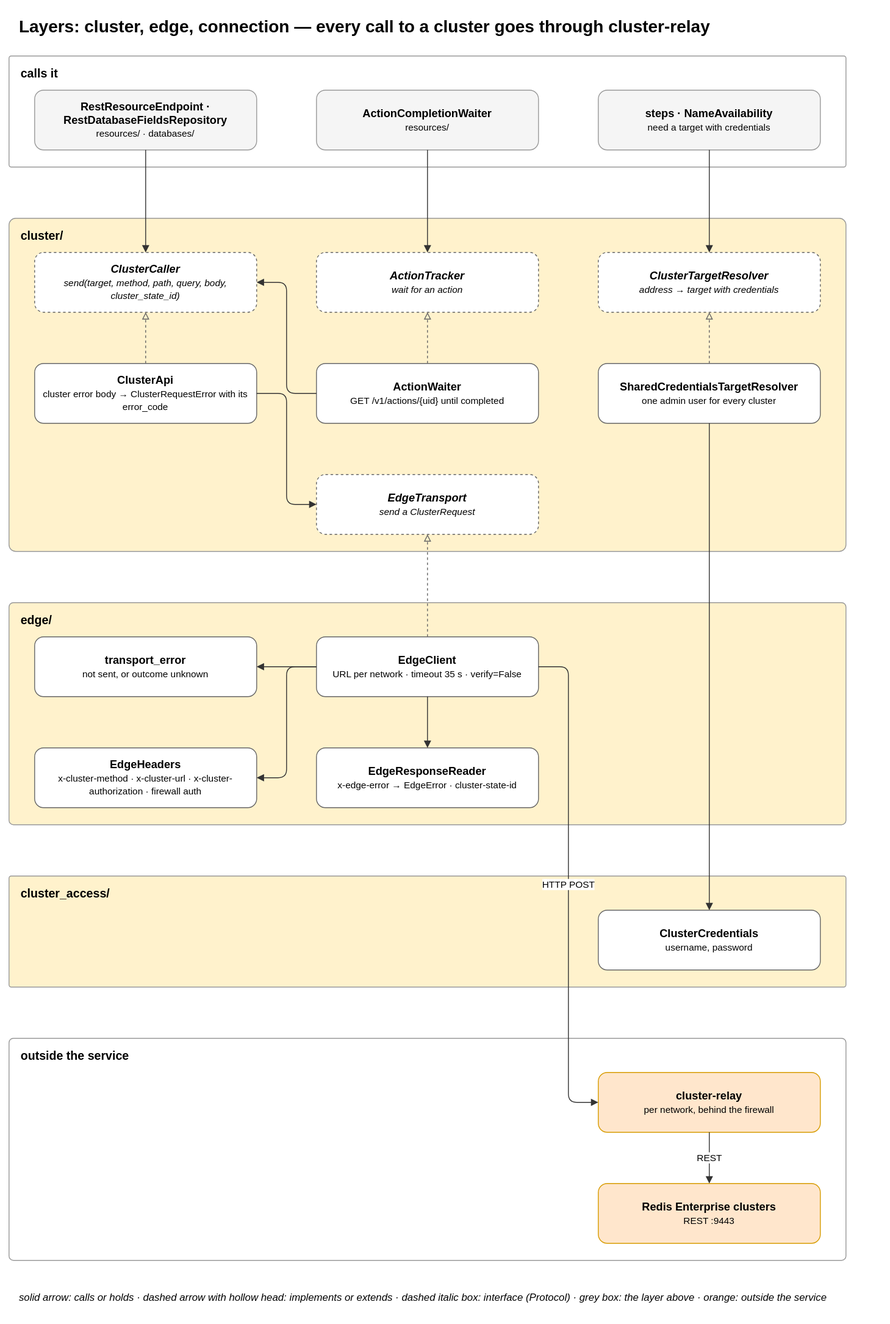
Earlier version of the draw.io export docs/diagrams/08-layer-transport.drawio.svg (EliShteinman/redis-enterprise-services). Source tidied: cells renumbered, new cells last; positions are measured from the earlier drawing's top-left corner, leaving out a move shared by most shapes.
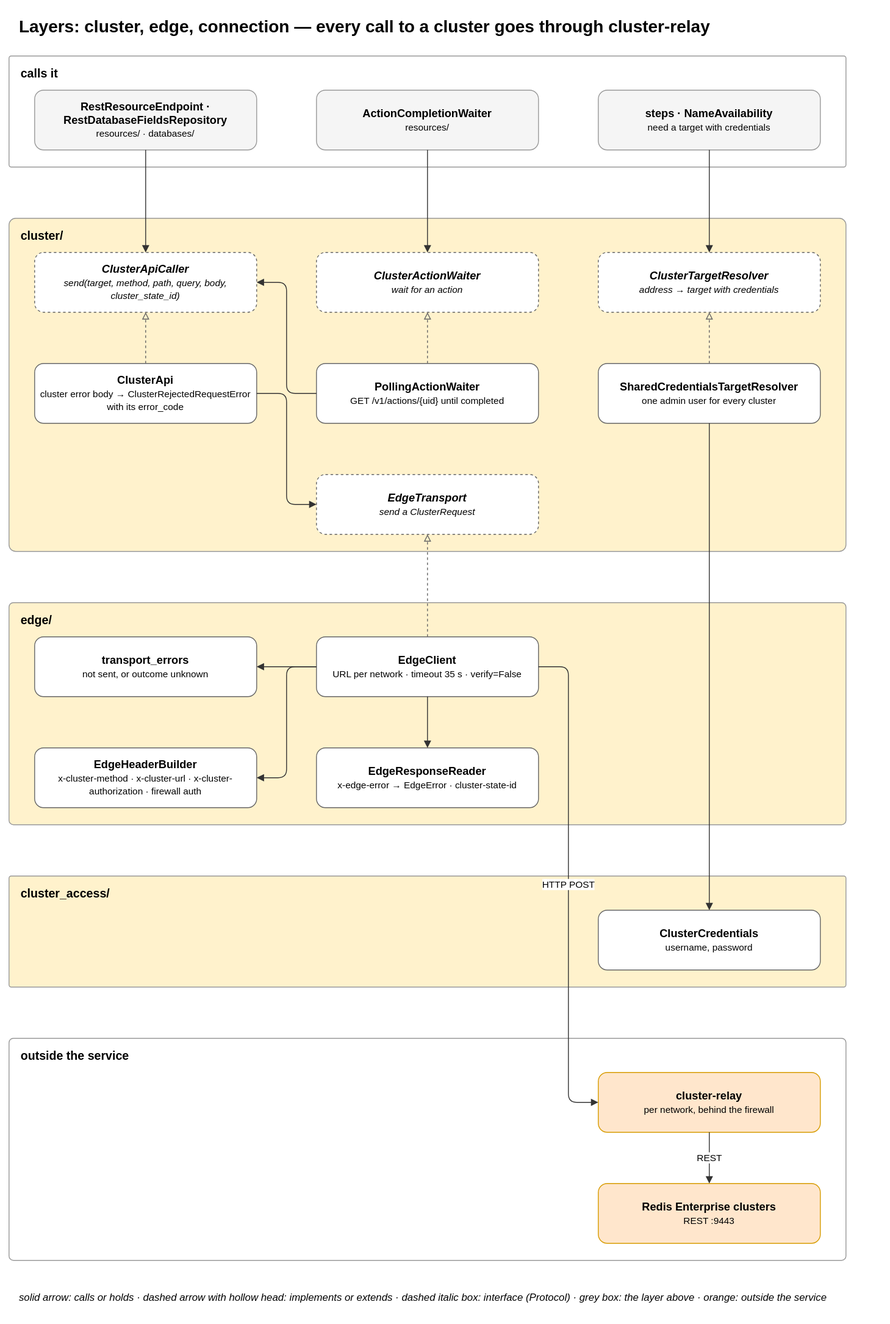
Later version of the same file.

What changed in the source:
```diff
@@ -20,19 +20,19 @@
     <mxCell id="7" value="&lt;b&gt;cluster/&lt;/b&gt;" style="rounded=1;arcSize=2;fillColor=#fff2cc;strokeColor=#999999;verticalAlign=top;align=left;spacingLeft=12;spacingTop=6;html=1;fontSize=14;" parent="1" vertex="1">
       <mxGeometry y="245" width="980" height="390" as="geometry" />
     </mxCell>
-    <mxCell id="8" value="&lt;b&gt;ClusterCaller&lt;/b&gt;&lt;br&gt;&lt;font style='font-size:11px'&gt;send(target, method, path, query, body, cluster_state_id)&lt;/font&gt;" style="rounded=1;whiteSpace=wrap;html=1;fillColor=#ffffff;strokeColor=#666666;fontSize=13;dashed=1;fontStyle=2;" parent="1" vertex="1">
+    <mxCell id="8" value="&lt;b&gt;ClusterApiCaller&lt;/b&gt;&lt;br&gt;&lt;font style='font-size:11px'&gt;send(target, method, path, query, body, cluster_state_id)&lt;/font&gt;" style="rounded=1;whiteSpace=wrap;html=1;fillColor=#ffffff;strokeColor=#666666;fontSize=13;dashed=1;fontStyle=2;" parent="1" vertex="1">
       <mxGeometry x="30" y="285" width="260" height="70" as="geometry" />
     </mxCell>
-    <mxCell id="9" value="&lt;b&gt;ActionTracker&lt;/b&gt;&lt;br&gt;&lt;font style='font-size:11px'&gt;wait for an action&lt;/font&gt;" style="rounded=1;whiteSpace=wrap;html=1;fillColor=#ffffff;strokeColor=#666666;fontSize=13;dashed=1;fontStyle=2;" parent="1" vertex="1">
+    <mxCell id="9" value="&lt;b&gt;ClusterActionWaiter&lt;/b&gt;&lt;br&gt;&lt;font style='font-size:11px'&gt;wait for an action&lt;/font&gt;" style="rounded=1;whiteSpace=wrap;html=1;fillColor=#ffffff;strokeColor=#666666;fontSize=13;dashed=1;fontStyle=2;" parent="1" vertex="1">
       <mxGeometry x="360" y="285" width="260" height="70" as="geometry" />
     </mxCell>
     <mxCell id="10" value="&lt;b&gt;ClusterTargetResolver&lt;/b&gt;&lt;br&gt;&lt;font style='font-size:11px'&gt;address → target with credentials&lt;/font&gt;" style="rounded=1;whiteSpace=wrap;html=1;fillColor=#ffffff;strokeColor=#666666;fontSize=13;dashed=1;fontStyle=2;" parent="1" vertex="1">
       <mxGeometry x="690" y="285" width="260" height="70" as="geometry" />
     </mxCell>
-    <mxCell id="11" value="&lt;b&gt;ClusterApi&lt;/b&gt;&lt;br&gt;&lt;font style='font-size:11px'&gt;cluster error body → ClusterRequestError with its error_code&lt;/font&gt;" style="rounded=1;whiteSpace=wrap;html=1;fillColor=#ffffff;strokeColor=#666666;fontSize=13;" parent="1" vertex="1">
+    <mxCell id="11" value="&lt;b&gt;ClusterApi&lt;/b&gt;&lt;br&gt;&lt;font style='font-size:11px'&gt;cluster error body → ClusterRejectedRequestError with its error_code&lt;/font&gt;" style="rounded=1;whiteSpace=wrap;html=1;fillColor=#ffffff;strokeColor=#666666;fontSize=13;" parent="1" vertex="1">
       <mxGeometry x="30" y="415" width="260" height="70" as="geometry" />
     </mxCell>
-    <mxCell id="12" value="&lt;b&gt;ActionWaiter&lt;/b&gt;&lt;br&gt;&lt;font style='font-size:11px'&gt;GET /v1/actions/{uid} until completed&lt;/font&gt;" style="rounded=1;whiteSpace=wrap;html=1;fillColor=#ffffff;strokeColor=#666666;fontSize=13;" parent="1" vertex="1">
+    <mxCell id="12" value="&lt;b&gt;PollingActionWaiter&lt;/b&gt;&lt;br&gt;&lt;font style='font-size:11px'&gt;GET /v1/actions/{uid} until completed&lt;/font&gt;" style="rounded=1;whiteSpace=wrap;html=1;fillColor=#ffffff;strokeColor=#666666;fontSize=13;" parent="1" vertex="1">
       <mxGeometry x="360" y="415" width="260" height="70" as="geometry" />
     </mxCell>
     <mxCell id="13" value="&lt;b&gt;SharedCredentialsTargetResolver&lt;/b&gt;&lt;br&gt;&lt;font style='font-size:11px'&gt;one admin user for every cluster&lt;/font&gt;" style="rounded=1;whiteSpace=wrap;html=1;fillColor=#ffffff;strokeColor=#666666;fontSize=13;" parent="1" vertex="1">
@@ -44,13 +44,13 @@
     <mxCell id="15" value="&lt;b&gt;edge/&lt;/b&gt;" style="rounded=1;arcSize=2;fillColor=#fff2cc;strokeColor=#999999;verticalAlign=top;align=left;spacingLeft=12;spacingTop=6;html=1;fontSize=14;" parent="1" vertex="1">
       <mxGeometry y="695" width="980" height="260" as="geometry" />
     </mxCell>
-    <mxCell id="16" value="&lt;b&gt;transport_error&lt;/b&gt;&lt;br&gt;&lt;font style='font-size:11px'&gt;not sent, or outcome unknown&lt;/font&gt;" style="rounded=1;whiteSpace=wrap;html=1;fillColor=#ffffff;strokeColor=#666666;fontSize=13;" parent="1" vertex="1">
+    <mxCell id="16" value="&lt;b&gt;transport_errors&lt;/b&gt;&lt;br&gt;&lt;font style='font-size:11px'&gt;not sent, or outcome unknown&lt;/font&gt;" style="rounded=1;whiteSpace=wrap;html=1;fillColor=#ffffff;strokeColor=#666666;fontSize=13;" parent="1" vertex="1">
       <mxGeometry x="30" y="735" width="260" height="70" as="geometry" />
     </mxCell>
     <mxCell id="17" value="&lt;b&gt;EdgeClient&lt;/b&gt;&lt;br&gt;&lt;font style='font-size:11px'&gt;URL per network · timeout 35 s · verify=False&lt;/font&gt;" style="rounded=1;whiteSpace=wrap;html=1;fillColor=#ffffff;strokeColor=#666666;fontSize=13;" parent="1" vertex="1">
       <mxGeometry x="360" y="735" width="260" height="70" as="geometry" />
     </mxCell>
-    <mxCell id="18" value="&lt;b&gt;EdgeHeaders&lt;/b&gt;&lt;br&gt;&lt;font style='font-size:11px'&gt;x-cluster-method · x-cluster-url · x-cluster-authorization · firewall auth&lt;/font&gt;" style="rounded=1;whiteSpace=wrap;html=1;fillColor=#ffffff;strokeColor=#666666;fontSize=13;" parent="1" vertex="1">
+    <mxCell id="18" value="&lt;b&gt;EdgeHeaderBuilder&lt;/b&gt;&lt;br&gt;&lt;font style='font-size:11px'&gt;x-cluster-method · x-cluster-url · x-cluster-authorization · firewall auth&lt;/font&gt;" style="rounded=1;whiteSpace=wrap;html=1;fillColor=#ffffff;strokeColor=#666666;fontSize=13;" parent="1" vertex="1">
       <mxGeometry x="30" y="865" width="260" height="70" as="geometry" />
     </mxCell>
     <mxCell id="19" value="&lt;b&gt;EdgeResponseReader&lt;/b&gt;&lt;br&gt;&lt;font style='font-size:11px'&gt;x-edge-error → EdgeError · cluster-state-id&lt;/font&gt;" style="rounded=1;whiteSpace=wrap;html=1;fillColor=#ffffff;strokeColor=#666666;fontSize=13;" parent="1" vertex="1">
```
